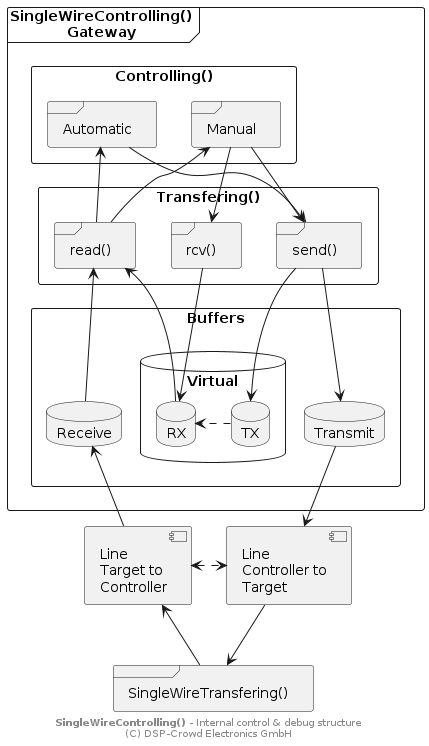
Earlier version of the PlantUML export doc/system/structure-dbg-internal.png (NoOrientationProgramming/code-orb). Source of this version:
```plantuml
@startuml


frame "SingleWireTransfering()" as pSwt

component "Line\nController to\nTarget" as pLineCtt
component "Line\nTarget to\nController" as pLineTtc

frame "SingleWireControlling()\nGateway" as pGw {

	rectangle "Controlling()" as pCtrl {

		frame "Automatic" as pAuto
		frame "Manual" as pManual
	}

	rectangle "Transfering()" as pTrans {

		frame "rcv()" as pRcv
		frame "send()" as pSend
		frame "read()" as pRead
	}

	rectangle "Buffers" as sBuf {

		database "Transmit" as sBufUartTmit
		database "Receive" as sBufUartRcv
		database "Virtual" as sBufVirt {
			database "TX" as sTx
			database "RX" as sRx
		}

		sTx .> sRx
	}

	pAuto -> pSend
	pAuto <- pRead

	pManual -> pSend
	pManual --> pRcv
	pManual <- pRead

	pSend --> sBufUartTmit
	pSend --> sTx

	pRcv --> sRx

	pRead <-- sRx
	pRead <-- sBufUartRcv
}

sBufUartTmit --> pLineCtt
sBufUartRcv <-- pLineTtc

pLineTtc <.> pLineCtt

pLineCtt --> pSwt
pLineTtc <-- pSwt

footer **SingleWireControlling()** - Internal control & debug structure\n(C) DSP-Crowd Electronics GmbH

@enduml
```
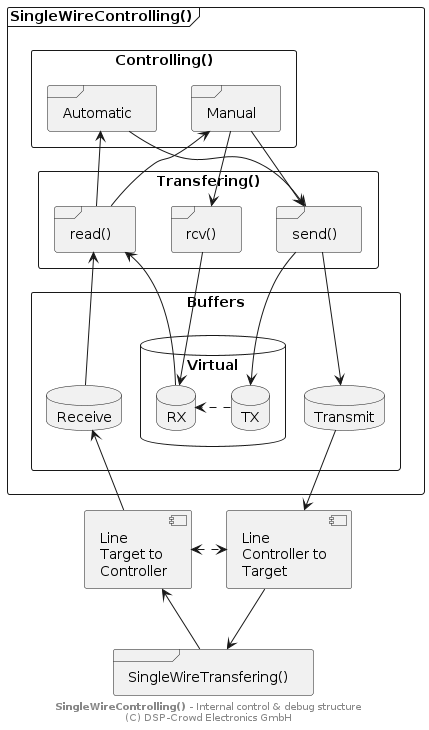
Later version of the same file.

Diff of the diagram source:
```diff
@@ -6,7 +6,7 @@
 component "Line\nController to\nTarget" as pLineCtt
 component "Line\nTarget to\nController" as pLineTtc
 
-frame "SingleWireControlling()\nGateway" as pGw {
+frame "SingleWireControlling()" as pGw {
 
 	rectangle "Controlling()" as pCtrl {
 
```
